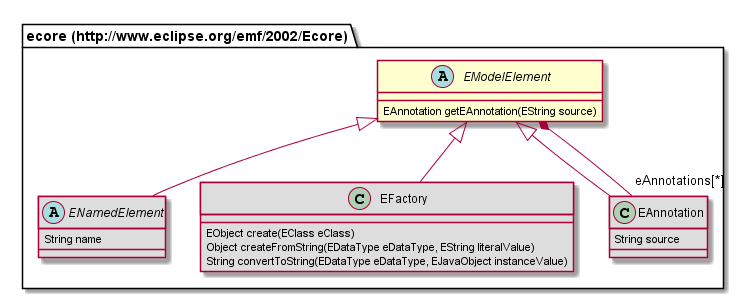
Nasdanika/html keeps this PlantUML diagram as org.nasdanika.html.repository/src/site/resources/app-model-doc/687474703a2f2f7777772e65636c697073652e6f72672f656d662f323030322f45636f7265/EModelElement.png. Above is the earlier version.
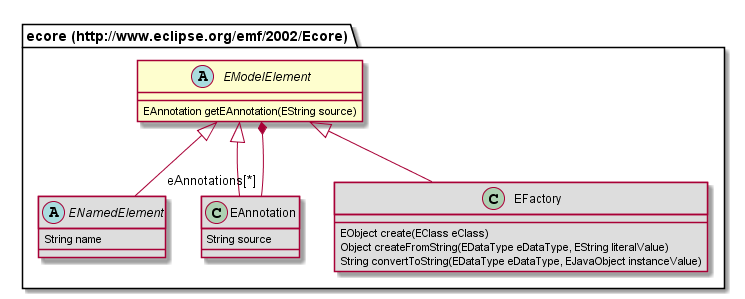
After the change.

Change to the diagram source:
```diff
@@ -5,16 +5,16 @@
 abstract class "ecore (http://www.eclipse.org/emf/2002/Ecore).ENamedElement" [[#router/doc-content/687474703a2f2f7777772e65636c697073652e6f72672f656d662f323030322f45636f7265/ENamedElement.html]] #DDDDDD {
 	String name
 }
+class "ecore (http://www.eclipse.org/emf/2002/Ecore).EAnnotation" [[#router/doc-content/687474703a2f2f7777772e65636c697073652e6f72672f656d662f323030322f45636f7265/EAnnotation.html]] #DDDDDD {
+	String source
+}
 class "ecore (http://www.eclipse.org/emf/2002/Ecore).EFactory" [[#router/doc-content/687474703a2f2f7777772e65636c697073652e6f72672f656d662f323030322f45636f7265/EFactory.html]] #DDDDDD {
 	EObject create(EClass eClass)
 	Object createFromString(EDataType eDataType, EString literalValue)
 	String convertToString(EDataType eDataType, EJavaObject instanceValue)
 }
-class "ecore (http://www.eclipse.org/emf/2002/Ecore).EAnnotation" [[#router/doc-content/687474703a2f2f7777772e65636c697073652e6f72672f656d662f323030322f45636f7265/EAnnotation.html]] #DDDDDD {
-	String source
-}
 "ecore (http://www.eclipse.org/emf/2002/Ecore).EModelElement" <|-- "ecore (http://www.eclipse.org/emf/2002/Ecore).ENamedElement"
+"ecore (http://www.eclipse.org/emf/2002/Ecore).EModelElement" <|-- "ecore (http://www.eclipse.org/emf/2002/Ecore).EAnnotation"
 "ecore (http://www.eclipse.org/emf/2002/Ecore).EModelElement" <|-- "ecore (http://www.eclipse.org/emf/2002/Ecore).EFactory"
-"ecore (http://www.eclipse.org/emf/2002/Ecore).EModelElement" <|-- "ecore (http://www.eclipse.org/emf/2002/Ecore).EAnnotation"
 "ecore (http://www.eclipse.org/emf/2002/Ecore).EModelElement" *-- "eAnnotations[*]" "ecore (http://www.eclipse.org/emf/2002/Ecore).EAnnotation"
 @enduml
```
